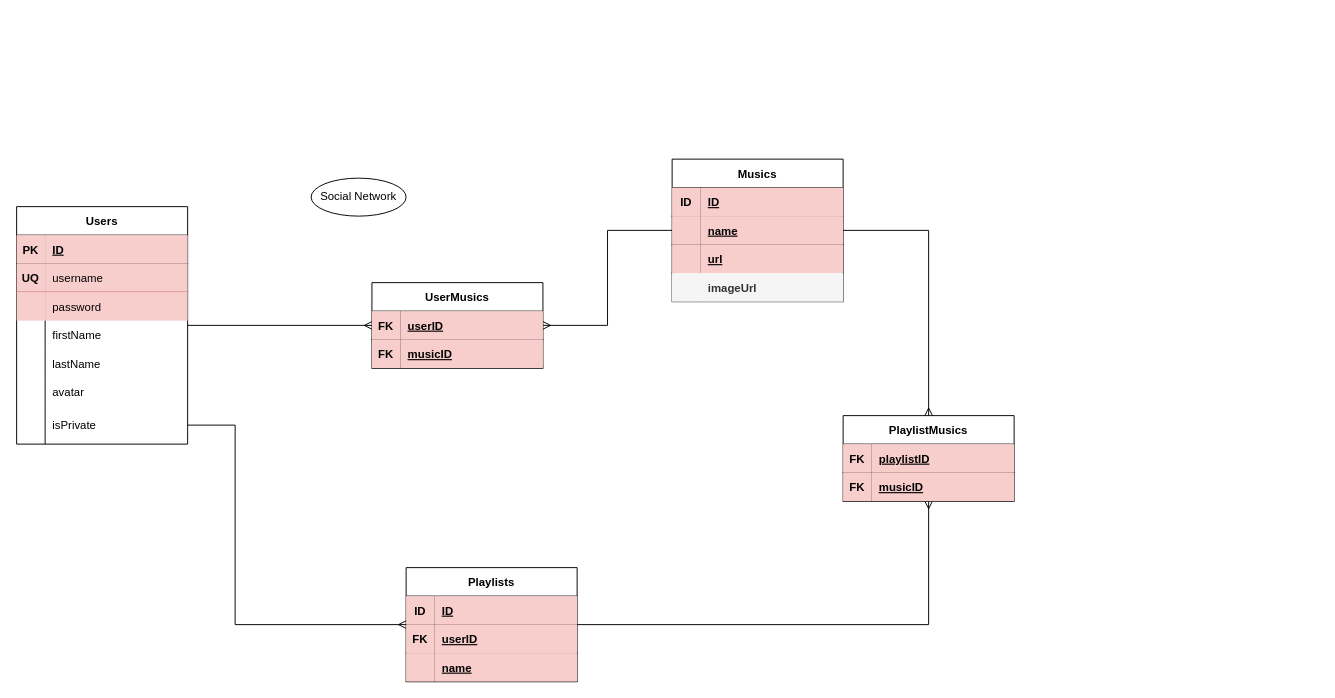
Dulatbay/Dulatbay keeps this draw.io diagram as Диаграмма без названия.drawio. Above is the earlier version. Source tidied: cells renumbered, new cells numbered last; positions are measured from the earlier drawing's top-left corner, leaving out a move shared by most shapes. Both pictures are drawn from the tidied source at 95%, with x=0, y=0 at pixel (16, 159).
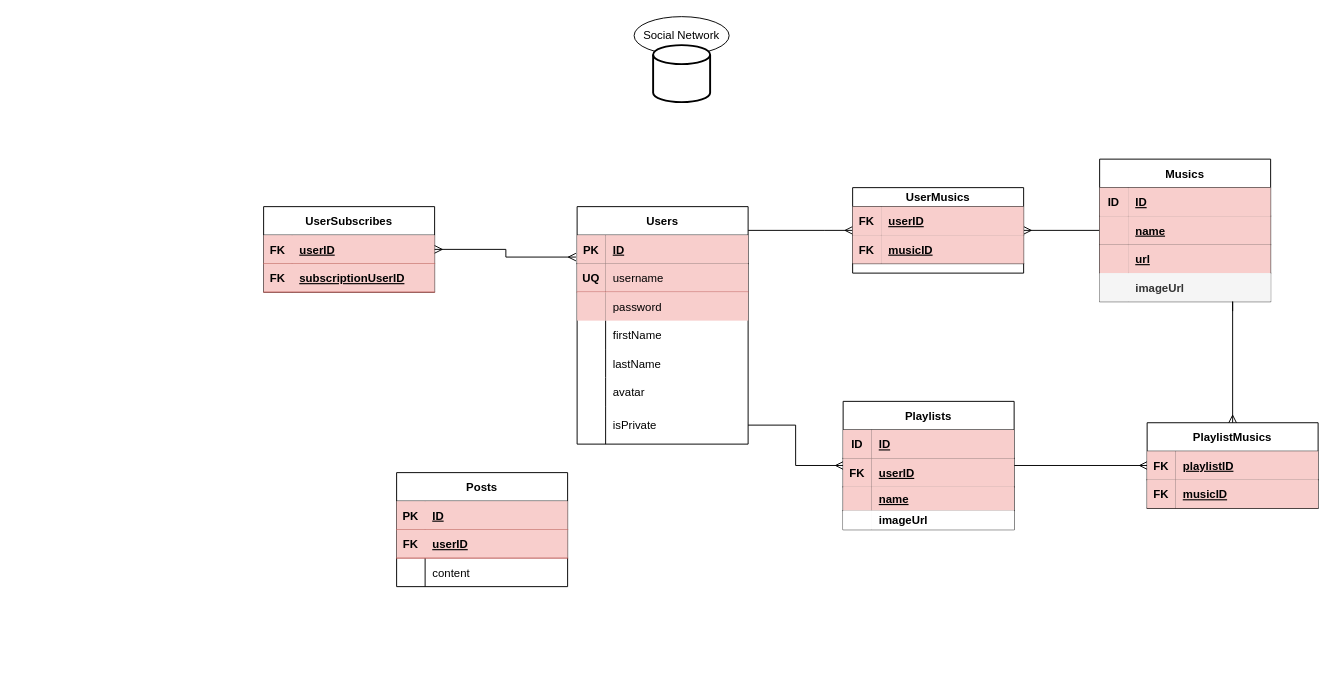
After the change.

Unchanged cells that the change refers to:
```xml
<mxCell id="5" style="shape=tableRow;horizontal=0;startSize=0;swimlaneHead=0;swimlaneBody=0;fillColor=none;points=[[0,0.5],[1,0.5]];portConstraint=eastwest;top=0;left=0;right=0;bottom=1;" parent="4" vertex="1">
  <mxGeometry y="30" width="180" height="30" as="geometry" />
</mxCell>
<mxCell id="23" style="shape=tableRow;horizontal=0;startSize=0;swimlaneHead=0;swimlaneBody=0;fillColor=none;points=[[0,0.5],[1,0.5]];portConstraint=eastwest;top=0;left=0;right=0;bottom=0;" parent="4" vertex="1">
  <mxGeometry y="210" width="180" height="40" as="geometry" />
</mxCell>
<mxCell id="38" style="shape=tableRow;horizontal=0;startSize=0;swimlaneHead=0;swimlaneBody=0;fillColor=none;points=[[0,0.5],[1,0.5]];portConstraint=eastwest;top=0;left=0;right=0;bottom=1;" parent="34" vertex="1">
  <mxGeometry y="60" width="180" height="30" as="geometry" />
</mxCell>
```

Change to the diagram source:
```diff
@@
     <mxCell id="2" value="Social Network" style="ellipse;whiteSpace=wrap;html=1;align=center;newEdgeStyle={&quot;edgeStyle&quot;:&quot;entityRelationEdgeStyle&quot;,&quot;startArrow&quot;:&quot;none&quot;,&quot;endArrow&quot;:&quot;none&quot;,&quot;segment&quot;:10,&quot;curved&quot;:1,&quot;sourcePerimeterSpacing&quot;:0,&quot;targetPerimeterSpacing&quot;:0};" parent="1" vertex="1">
-      <mxGeometry x="310" y="20" width="100" height="40" as="geometry" />
+      <mxGeometry x="650" y="-150" width="100" height="40" as="geometry" />
     </mxCell>
     <mxCell id="3" style="edgeStyle=orthogonalEdgeStyle;rounded=0;jettySize=auto;html=1;endArrow=ERmany;endFill=0;" parent="1" edge="1" source="4" target="27">
-      <mxGeometry relative="1" as="geometry" />
+      <mxGeometry relative="1" as="geometry">
+        <Array as="points">
+          <mxPoint x="850" y="75" />
+          <mxPoint x="850" y="75" />
+        </Array>
+      </mxGeometry>
     </mxCell>
     <mxCell id="4" value="Users" style="shape=table;startSize=30;childLayout=tableLayout;rowLines=0;fontStyle=1;align=center;" parent="1" vertex="1">
-      <mxGeometry y="50" width="180" height="250" as="geometry" />
+      <mxGeometry x="590" y="50" width="180" height="250" as="geometry" />
     </mxCell>
@@
-    <mxCell id="27" value="UserMusics" style="shape=table;startSize=30;childLayout=tableLayout;rowLines=0;fontStyle=1;align=center;" parent="1" vertex="1">
-      <mxGeometry x="374" y="130" width="180" height="90" as="geometry" />
+    <mxCell id="27" value="UserMusics" style="shape=table;startSize=20;childLayout=tableLayout;rowLines=0;fontStyle=1;align=center;" parent="1" vertex="1">
+      <mxGeometry x="880" y="30" width="180" height="90" as="geometry" />
     </mxCell>
     <mxCell id="28" style="shape=tableRow;horizontal=0;startSize=0;swimlaneHead=0;swimlaneBody=0;fillColor=none;top=0;left=0;right=0;bottom=1;" parent="27" vertex="1">
-      <mxGeometry y="30" width="180" height="30" as="geometry" />
+      <mxGeometry y="20" width="180" height="30" as="geometry" />
     </mxCell>
@@
     <mxCell id="31" style="shape=tableRow;horizontal=0;startSize=0;swimlaneHead=0;swimlaneBody=0;fillColor=none;top=0;left=0;right=0;bottom=1;" parent="27" vertex="1">
-      <mxGeometry y="60" width="180" height="30" as="geometry" />
+      <mxGeometry y="50" width="180" height="30" as="geometry" />
     </mxCell>
@@
     <mxCell id="34" value="Musics" style="shape=table;startSize=30;childLayout=tableLayout;rowLines=0;fontStyle=1;align=center;" parent="1" vertex="1">
-      <mxGeometry x="690" width="180" height="150" as="geometry" />
+      <mxGeometry x="1140" width="180" height="150" as="geometry" />
     </mxCell>
@@
     <mxCell id="48" style="edgeStyle=orthogonalEdgeStyle;rounded=0;jettySize=auto;html=1;entryX=1;entryY=0.5;entryDx=0;entryDy=0;startArrow=ERmany;startFill=0;endArrow=none;endFill=0;" parent="1" edge="1" source="49" target="23">
-      <mxGeometry relative="1" as="geometry">
-        <Array as="points">
-          <mxPoint x="230" y="490" />
-          <mxPoint x="230" y="280" />
-        </Array>
-      </mxGeometry>
+      <mxGeometry relative="1" as="geometry" />
     </mxCell>
     <mxCell id="49" value="Playlists" style="shape=table;startSize=30;childLayout=tableLayout;rowLines=0;fontStyle=1;align=center;" parent="1" vertex="1">
-      <mxGeometry x="410" y="430" width="180" height="120" as="geometry" />
+      <mxGeometry x="870" y="255" width="180" height="135" as="geometry" />
     </mxCell>
@@
+    <mxCell id="67" style="shape=tableRow;horizontal=0;startSize=0;swimlaneHead=0;swimlaneBody=0;fillColor=none;top=0;left=0;right=0;bottom=1;" parent="49" vertex="1">
+      <mxGeometry y="90" width="180" height="25" as="geometry" />
+    </mxCell>
+    <mxCell id="68" style="shape=partialRectangle;fillColor=#f8cecc;top=0;left=0;bottom=0;right=0;fontStyle=1;overflow=hidden;strokeColor=#b85450;" parent="67" vertex="1">
+      <mxGeometry width="30" height="25" as="geometry" />
+    </mxCell>
+    <mxCell id="69" value="name" style="shape=partialRectangle;fillColor=#f8cecc;top=0;left=0;bottom=0;right=0;align=left;spacingLeft=6;fontStyle=5;overflow=hidden;strokeColor=#b85450;" parent="67" vertex="1">
+      <mxGeometry x="30" width="150" height="25" as="geometry" />
+    </mxCell>
-    <mxCell id="56" style="shape=tableRow;horizontal=0;startSize=0;swimlaneHead=0;swimlaneBody=0;fillColor=none;top=0;left=0;right=0;bottom=1;" parent="49" vertex="1">
-      <mxGeometry y="90" width="180" height="30" as="geometry" />
+    <mxCell id="56" style="shape=tableRow;horizontal=0;startSize=0;swimlaneHead=0;swimlaneBody=0;fillColor=#f5f5f5;top=0;left=0;right=0;bottom=1;fontColor=#333333;strokeColor=#666666;" parent="49" vertex="1">
+      <mxGeometry y="115" width="180" height="20" as="geometry" />
     </mxCell>
-    <mxCell id="57" style="shape=partialRectangle;fillColor=#f8cecc;top=0;left=0;bottom=0;right=0;fontStyle=1;overflow=hidden;strokeColor=#b85450;" parent="56" vertex="1">
-      <mxGeometry width="30" height="30" as="geometry" />
+    <mxCell id="57" style="shape=partialRectangle;top=0;left=0;bottom=0;right=0;fontStyle=1;overflow=hidden;" parent="56" vertex="1">
+      <mxGeometry width="30" height="20" as="geometry" />
     </mxCell>
-    <mxCell id="58" value="name" style="shape=partialRectangle;fillColor=#f8cecc;top=0;left=0;bottom=0;right=0;align=left;spacingLeft=6;fontStyle=5;overflow=hidden;strokeColor=#b85450;" parent="56" vertex="1">
-      <mxGeometry x="30" width="150" height="30" as="geometry" />
+    <mxCell id="58" value="imageUrl" style="shape=partialRectangle;top=0;left=0;bottom=0;right=0;align=left;spacingLeft=6;fontStyle=1;overflow=hidden;" parent="56" vertex="1">
+      <mxGeometry x="30" width="150" height="20" as="geometry" />
     </mxCell>
     <mxCell id="59" value="PlaylistMusics" style="shape=table;startSize=30;childLayout=tableLayout;rowLines=0;fontStyle=1;align=center;" parent="1" vertex="1">
-      <mxGeometry x="870" y="270" width="180" height="90" as="geometry" />
+      <mxGeometry x="1190" y="277.5" width="180" height="90" as="geometry" />
     </mxCell>
@@
-    <mxCell id="66" style="edgeStyle=orthogonalEdgeStyle;rounded=0;jettySize=auto;html=1;entryX=0.5;entryY=0;entryDx=0;entryDy=0;startArrow=none;startFill=0;endArrow=ERmany;endFill=0;" parent="1" edge="1" source="38" target="59">
-      <mxGeometry relative="1" as="geometry" />
+    <mxCell id="66" style="edgeStyle=orthogonalEdgeStyle;rounded=0;jettySize=auto;html=1;entryX=0.5;entryY=0;entryDx=0;entryDy=0;startArrow=none;startFill=0;endArrow=ERmany;endFill=0;" parent="1" edge="1" target="59">
+      <mxGeometry relative="1" as="geometry">
+        <mxPoint x="1280" y="160" as="sourcePoint" />
+        <Array as="points">
+          <mxPoint x="1280" y="150" />
+        </Array>
+      </mxGeometry>
     </mxCell>
+    <mxCell id="70" style="strokeWidth=2;html=1;shape=mxgraph.flowchart.database;whiteSpace=wrap;" parent="1" vertex="1">
+      <mxGeometry x="670" y="-120" width="60" height="60" as="geometry" />
+    </mxCell>
+    <mxCell id="71" value="UserSubscribes" style="shape=table;startSize=30;childLayout=tableLayout;rowLines=0;fontStyle=1;align=center;strokeWidth=1;" parent="1" vertex="1">
+      <mxGeometry x="260" y="50" width="180" height="90" as="geometry" />
+    </mxCell>
+    <mxCell id="72" style="shape=tableRow;horizontal=0;startSize=0;swimlaneHead=0;swimlaneBody=0;fillColor=#f8cecc;points=[[0,0.5],[1,0.5]];portConstraint=eastwest;top=0;left=0;right=0;bottom=1;strokeWidth=1;strokeColor=#b85450;" parent="71" vertex="1">
+      <mxGeometry y="30" width="180" height="30" as="geometry" />
+    </mxCell>
+    <mxCell id="73" value="FK" style="shape=partialRectangle;fillColor=none;top=0;left=0;bottom=0;right=0;fontStyle=1;overflow=hidden;strokeWidth=1;" parent="72" vertex="1">
+      <mxGeometry width="30" height="30" as="geometry" />
+    </mxCell>
+    <mxCell id="74" value="userID" style="shape=partialRectangle;fillColor=none;top=0;left=0;bottom=0;right=0;align=left;spacingLeft=6;fontStyle=5;overflow=hidden;strokeWidth=1;" parent="72" vertex="1">
+      <mxGeometry x="30" width="150" height="30" as="geometry" />
+    </mxCell>
+    <mxCell id="75" style="shape=tableRow;horizontal=0;startSize=0;swimlaneHead=0;swimlaneBody=0;fillColor=#f8cecc;top=0;left=0;right=0;bottom=1;strokeWidth=1;strokeColor=#b85450;" parent="71" vertex="1">
+      <mxGeometry y="60" width="180" height="30" as="geometry" />
+    </mxCell>
+    <mxCell id="76" value="FK" style="shape=partialRectangle;fillColor=none;top=0;left=0;bottom=0;right=0;fontStyle=1;overflow=hidden;strokeWidth=1;" parent="75" vertex="1">
+      <mxGeometry width="30" height="30" as="geometry" />
+    </mxCell>
+    <mxCell id="77" value="subscriptionUserID" style="shape=partialRectangle;fillColor=none;top=0;left=0;bottom=0;right=0;align=left;spacingLeft=6;fontStyle=5;overflow=hidden;strokeWidth=1;" parent="75" vertex="1">
+      <mxGeometry x="30" width="150" height="30" as="geometry" />
+    </mxCell>
+    <mxCell id="78" style="edgeStyle=orthogonalEdgeStyle;rounded=0;jettySize=auto;html=1;entryX=-0.007;entryY=0.77;entryDx=0;entryDy=0;entryPerimeter=0;startArrow=ERmany;startFill=0;endArrow=ERmany;endFill=0;" parent="1" edge="1" source="72" target="5">
+      <mxGeometry relative="1" as="geometry" />
+    </mxCell>
+    <mxCell id="79" value="Posts" style="shape=table;startSize=30;childLayout=tableLayout;rowLines=0;fontStyle=1;align=center;strokeWidth=1;" parent="1" vertex="1">
+      <mxGeometry x="400" y="330" width="180" height="120" as="geometry" />
+    </mxCell>
+    <mxCell id="80" style="shape=tableRow;horizontal=0;startSize=0;swimlaneHead=0;swimlaneBody=0;fillColor=#f8cecc;top=0;left=0;right=0;bottom=1;strokeWidth=1;strokeColor=#b85450;" parent="79" vertex="1">
+      <mxGeometry y="30" width="180" height="30" as="geometry" />
+    </mxCell>
+    <mxCell id="81" value="PK" style="shape=partialRectangle;fillColor=none;top=0;left=0;bottom=0;right=0;fontStyle=1;overflow=hidden;strokeWidth=1;" parent="80" vertex="1">
+      <mxGeometry width="30" height="30" as="geometry" />
+    </mxCell>
+    <mxCell id="82" value="ID" style="shape=partialRectangle;fillColor=none;top=0;left=0;bottom=0;right=0;align=left;spacingLeft=6;fontStyle=5;overflow=hidden;strokeWidth=1;" parent="80" vertex="1">
+      <mxGeometry x="30" width="150" height="30" as="geometry" />
+    </mxCell>
+    <mxCell id="83" style="shape=tableRow;horizontal=0;startSize=0;swimlaneHead=0;swimlaneBody=0;fillColor=#f8cecc;top=0;left=0;right=0;bottom=1;strokeWidth=1;strokeColor=#b85450;" parent="79" vertex="1">
+      <mxGeometry y="60" width="180" height="30" as="geometry" />
+    </mxCell>
+    <mxCell id="84" value="FK" style="shape=partialRectangle;fillColor=none;top=0;left=0;bottom=0;right=0;fontStyle=1;overflow=hidden;strokeWidth=1;" parent="83" vertex="1">
+      <mxGeometry width="30" height="30" as="geometry" />
+    </mxCell>
+    <mxCell id="85" value="userID" style="shape=partialRectangle;fillColor=none;top=0;left=0;bottom=0;right=0;align=left;spacingLeft=6;fontStyle=5;overflow=hidden;strokeWidth=1;" parent="83" vertex="1">
+      <mxGeometry x="30" width="150" height="30" as="geometry" />
+    </mxCell>
+    <mxCell id="86" style="shape=tableRow;horizontal=0;startSize=0;swimlaneHead=0;swimlaneBody=0;fillColor=none;top=0;left=0;right=0;bottom=0;strokeWidth=1;" parent="79" vertex="1">
+      <mxGeometry y="90" width="180" height="30" as="geometry" />
+    </mxCell>
+    <mxCell id="87" style="shape=partialRectangle;fillColor=none;top=0;left=0;bottom=0;right=0;overflow=hidden;strokeWidth=1;" parent="86" vertex="1">
+      <mxGeometry width="30" height="30" as="geometry" />
+    </mxCell>
+    <mxCell id="88" value="content" style="shape=partialRectangle;fillColor=none;top=0;left=0;bottom=0;right=0;align=left;spacingLeft=6;overflow=hidden;strokeWidth=1;" parent="86" vertex="1">
+      <mxGeometry x="30" width="150" height="30" as="geometry" />
+    </mxCell>
```
